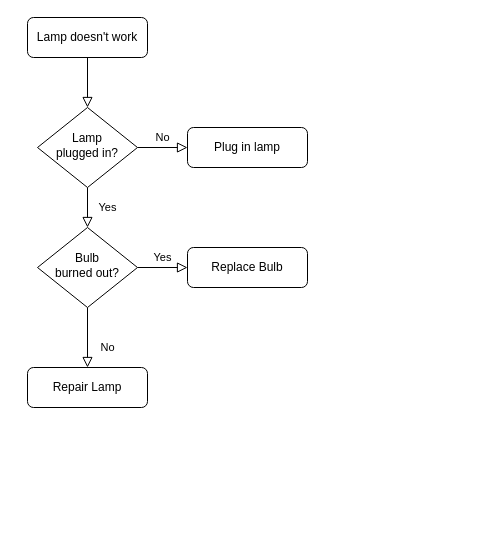
Earlier version of the draw.io diagram WCScontrol.drawio (hjee02018/UML). Source tidied: cells renumbered, new cells numbered last; positions are measured from the earlier drawing's top-left corner, leaving out a move shared by most shapes. Both pictures are drawn from the tidied source at 100%, with x=0, y=0 at pixel (27, 17).
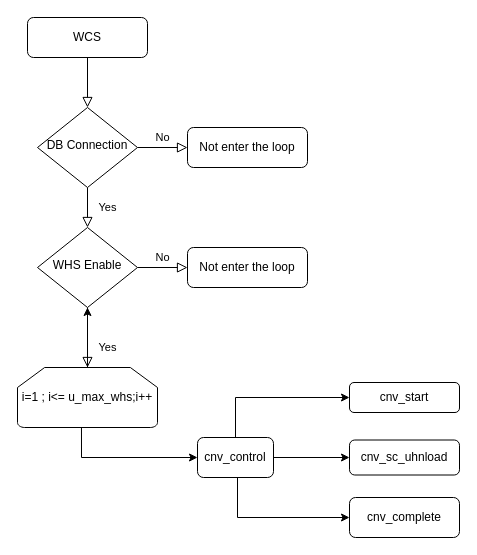
The same page after the edit.

The edit, as a diff of the source:
```diff
@@
-    <mxCell id="3" value="Lamp doesn't work" style="rounded=1;whiteSpace=wrap;html=1;fontSize=12;glass=0;strokeWidth=1;shadow=0;" parent="1" vertex="1">
+    <mxCell id="3" value="WCS" style="rounded=1;whiteSpace=wrap;html=1;fontSize=12;glass=0;strokeWidth=1;shadow=0;" parent="1" vertex="1">
       <mxGeometry width="120" height="40" as="geometry" />
     </mxCell>
@@
-    <mxCell id="6" value="Lamp&lt;br&gt;plugged in?" style="rhombus;whiteSpace=wrap;html=1;shadow=0;fontFamily=Helvetica;fontSize=12;align=center;strokeWidth=1;spacing=6;spacingTop=-4;" parent="1" vertex="1">
+    <mxCell id="6" value="DB Connection" style="rhombus;whiteSpace=wrap;html=1;shadow=0;fontFamily=Helvetica;fontSize=12;align=center;strokeWidth=1;spacing=6;spacingTop=-4;" parent="1" vertex="1">
       <mxGeometry x="10" y="90" width="100" height="80" as="geometry" />
     </mxCell>
-    <mxCell id="7" value="Plug in lamp" style="rounded=1;whiteSpace=wrap;html=1;fontSize=12;glass=0;strokeWidth=1;shadow=0;" parent="1" vertex="1">
+    <mxCell id="7" value="Not enter the loop" style="rounded=1;whiteSpace=wrap;html=1;fontSize=12;glass=0;strokeWidth=1;shadow=0;" parent="1" vertex="1">
       <mxGeometry x="160" y="110" width="120" height="40" as="geometry" />
     </mxCell>
-    <mxCell id="8" value="No" style="rounded=0;html=1;jettySize=auto;fontSize=11;endArrow=block;endFill=0;endSize=8;strokeWidth=1;shadow=0;labelBackgroundColor=none;edgeStyle=orthogonalEdgeStyle;" parent="1" edge="1" source="10" target="11">
-      <mxGeometry x="0.33" y="20" relative="1" as="geometry" />
+    <mxCell id="8" value="Yes" style="rounded=0;html=1;jettySize=auto;fontSize=11;endArrow=block;endFill=0;endSize=8;strokeWidth=1;shadow=0;labelBackgroundColor=none;edgeStyle=orthogonalEdgeStyle;" parent="1" edge="1" source="10">
+      <mxGeometry x="0.33" y="20" relative="1" as="geometry">
+        <mxPoint x="60" y="350" as="targetPoint" />
+      </mxGeometry>
     </mxCell>
-    <mxCell id="9" value="Yes" style="edgeStyle=orthogonalEdgeStyle;rounded=0;html=1;jettySize=auto;fontSize=11;endArrow=block;endFill=0;endSize=8;strokeWidth=1;shadow=0;labelBackgroundColor=none;" parent="1" edge="1" source="10" target="12">
+    <mxCell id="9" value="No" style="edgeStyle=orthogonalEdgeStyle;rounded=0;html=1;jettySize=auto;fontSize=11;endArrow=block;endFill=0;endSize=8;strokeWidth=1;shadow=0;labelBackgroundColor=none;" parent="1" edge="1" source="10" target="12">
       <mxGeometry y="10" relative="1" as="geometry" />
     </mxCell>
-    <mxCell id="10" value="Bulb&lt;br&gt;burned out?" style="rhombus;whiteSpace=wrap;html=1;shadow=0;fontFamily=Helvetica;fontSize=12;align=center;strokeWidth=1;spacing=6;spacingTop=-4;" parent="1" vertex="1">
+    <mxCell id="10" value="WHS Enable" style="rhombus;whiteSpace=wrap;html=1;shadow=0;fontFamily=Helvetica;fontSize=12;align=center;strokeWidth=1;spacing=6;spacingTop=-4;" parent="1" vertex="1">
       <mxGeometry x="10" y="210" width="100" height="80" as="geometry" />
     </mxCell>
-    <mxCell id="11" value="Repair Lamp" style="rounded=1;whiteSpace=wrap;html=1;fontSize=12;glass=0;strokeWidth=1;shadow=0;" parent="1" vertex="1">
-      <mxGeometry y="350" width="120" height="40" as="geometry" />
-    </mxCell>
-    <mxCell id="12" value="Replace Bulb" style="rounded=1;whiteSpace=wrap;html=1;fontSize=12;glass=0;strokeWidth=1;shadow=0;" parent="1" vertex="1">
+    <mxCell id="12" value="Not enter the loop" style="rounded=1;whiteSpace=wrap;html=1;fontSize=12;glass=0;strokeWidth=1;shadow=0;" parent="1" vertex="1">
       <mxGeometry x="160" y="230" width="120" height="40" as="geometry" />
     </mxCell>
+    <mxCell id="13" style="edgeStyle=orthogonalEdgeStyle;rounded=0;jettySize=auto;html=1;exitX=0.5;exitY=0;exitDx=0;exitDy=0;exitPerimeter=0;" parent="1" edge="1" source="15" target="10">
+      <mxGeometry relative="1" as="geometry" />
+    </mxCell>
+    <mxCell id="14" style="edgeStyle=orthogonalEdgeStyle;rounded=0;jettySize=auto;html=1;exitX=0.457;exitY=0.967;exitDx=0;exitDy=0;exitPerimeter=0;" parent="1" edge="1" source="15" target="19">
+      <mxGeometry relative="1" as="geometry">
+        <Array as="points">
+          <mxPoint x="54" y="440" />
+        </Array>
+      </mxGeometry>
+    </mxCell>
+    <mxCell id="15" value="i=1 ; i&amp;lt;= u_max_whs;i++" style="strokeWidth=1;html=1;shape=mxgraph.flowchart.loop_limit;whiteSpace=wrap;" parent="1" vertex="1">
+      <mxGeometry x="-10" y="350" width="140" height="60" as="geometry" />
+    </mxCell>
+    <mxCell id="16" style="edgeStyle=orthogonalEdgeStyle;rounded=0;jettySize=auto;html=1;" parent="1" edge="1" source="19" target="20">
+      <mxGeometry relative="1" as="geometry">
+        <Array as="points">
+          <mxPoint x="208" y="380" />
+        </Array>
+      </mxGeometry>
+    </mxCell>
+    <mxCell id="17" style="edgeStyle=orthogonalEdgeStyle;rounded=0;jettySize=auto;html=1;" parent="1" edge="1" source="19" target="21">
+      <mxGeometry relative="1" as="geometry" />
+    </mxCell>
+    <mxCell id="18" style="edgeStyle=orthogonalEdgeStyle;rounded=0;jettySize=auto;html=1;" parent="1" edge="1" source="19" target="22">
+      <mxGeometry relative="1" as="geometry">
+        <Array as="points">
+          <mxPoint x="210" y="500" />
+        </Array>
+      </mxGeometry>
+    </mxCell>
+    <mxCell id="19" value="cnv_control" style="rounded=1;whiteSpace=wrap;html=1;strokeWidth=1;" parent="1" vertex="1">
+      <mxGeometry x="170" y="420" width="76" height="40" as="geometry" />
+    </mxCell>
+    <mxCell id="20" value="cnv_start" style="rounded=1;whiteSpace=wrap;html=1;strokeWidth=1;" parent="1" vertex="1">
+      <mxGeometry x="322" y="365" width="110" height="30" as="geometry" />
+    </mxCell>
+    <mxCell id="21" value="cnv_sc_uhnload" style="whiteSpace=wrap;html=1;rounded=1;strokeWidth=1;" parent="1" vertex="1">
+      <mxGeometry x="322" y="422.5" width="110" height="35" as="geometry" />
+    </mxCell>
+    <mxCell id="22" value="cnv_complete" style="whiteSpace=wrap;html=1;rounded=1;strokeWidth=1;" parent="1" vertex="1">
+      <mxGeometry x="322" y="480" width="110" height="40" as="geometry" />
+    </mxCell>
```
